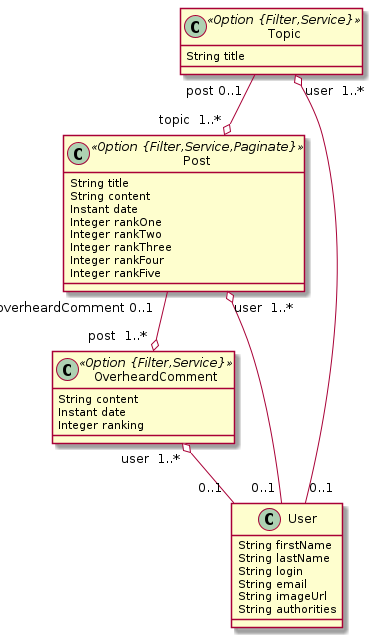
armper/overheardclub keeps this PlantUML diagram as overheard.png. Above is the earlier version.
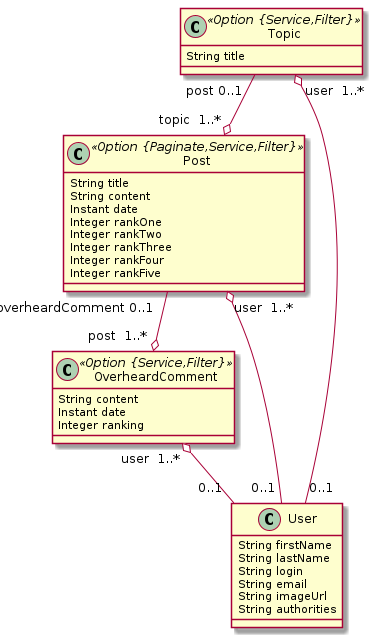
The same diagram one commit later.

Change to the diagram source:
```diff
@@ -1,11 +1,11 @@
 @startuml
 	!pragma syntax class
-	class OverheardComment <<Option {Filter,Service}>> {
+	class OverheardComment <<Option {Service,Filter}>> {
 		String content
 		Instant date
 		Integer ranking
 	}
-	class Post <<Option {Filter,Service,Paginate}>> {
+	class Post <<Option {Paginate,Service,Filter}>> {
 		String title
 		String content
 		Instant date
@@ -15,7 +15,7 @@
 		Integer rankFour
 		Integer rankFive
 	}
-	class Topic <<Option {Filter,Service}>> {
+	class Topic <<Option {Service,Filter}>> {
 		String title
 	}
 	Post  "overheardComment 0..1 " --o "post  1..* "  OverheardComment
```
